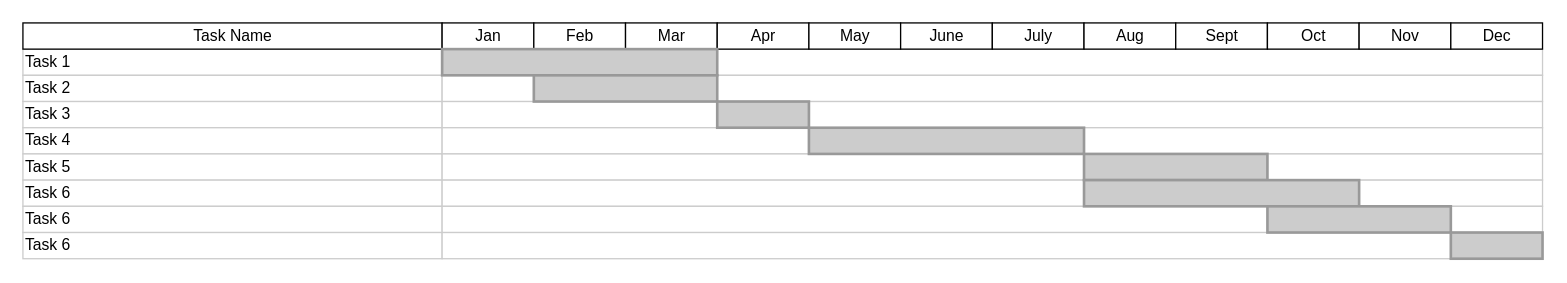
Above: 未命名绘图.drawio in beixiaohai/goose (draw.io), before the change. Source tidied: cells renumbered, new cells numbered last; positions are measured from the earlier drawing's top-left corner, leaving out a move shared by most shapes. Both pictures are drawn from the tidied source at 131%, with x=0, y=0 at pixel (22, 22).
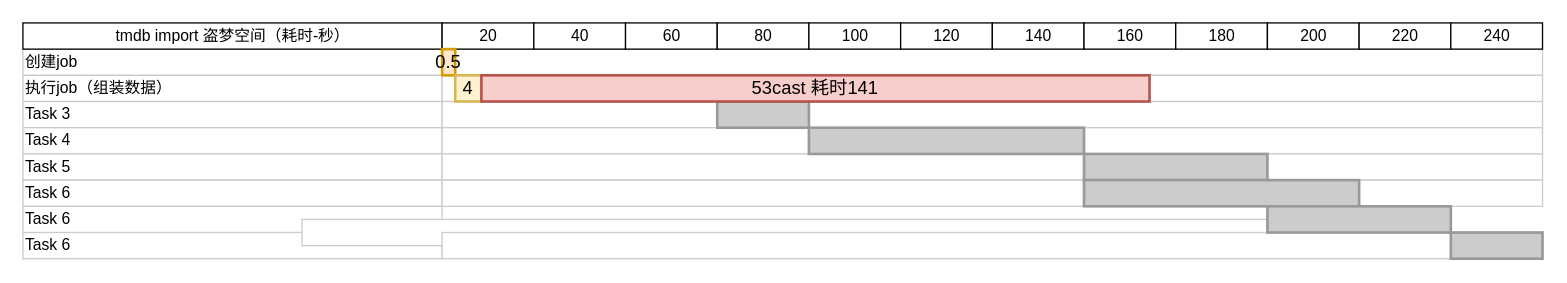
The same diagram, later.

Commit message:
更新未命名绘图.drawio

What changed in the source:
```diff
@@
-    <mxCell id="2" value="Task 1" style="align=left;strokeColor=#CCCCCC;html=1;" parent="1" vertex="1">
+    <mxCell id="2" value="创建job" style="align=left;strokeColor=#CCCCCC;html=1;" parent="1" vertex="1">
       <mxGeometry y="20" width="320" height="20" as="geometry" />
     </mxCell>
-    <mxCell id="3" value="Task 2" style="align=left;strokeColor=#CCCCCC;html=1;" parent="1" vertex="1">
+    <mxCell id="3" value="执行job（组装数据）" style="align=left;strokeColor=#CCCCCC;html=1;" parent="1" vertex="1">
       <mxGeometry y="40" width="320" height="20" as="geometry" />
     </mxCell>
@@
-    <mxCell id="8" value="Task Name" style="strokeWidth=1;fontStyle=0;html=1;" parent="1" vertex="1">
+    <mxCell id="8" value="tmdb import 盗梦空间（耗时-秒）" style="strokeWidth=1;fontStyle=0;html=1;" parent="1" vertex="1">
       <mxGeometry width="320" height="20" as="geometry" />
     </mxCell>
@@
-    <mxCell id="12" value="Jan" style="strokeWidth=1;fontStyle=0;html=1;" parent="1" vertex="1">
+    <mxCell id="12" value="20" style="strokeWidth=1;fontStyle=0;html=1;" parent="1" vertex="1">
       <mxGeometry x="320" width="70" height="20" as="geometry" />
     </mxCell>
-    <mxCell id="13" value="Feb" style="strokeWidth=1;fontStyle=0;html=1;" parent="1" vertex="1">
+    <mxCell id="13" value="40" style="strokeWidth=1;fontStyle=0;html=1;" parent="1" vertex="1">
       <mxGeometry x="390" width="70" height="20" as="geometry" />
     </mxCell>
-    <mxCell id="14" value="Mar" style="strokeWidth=1;fontStyle=0;html=1;" parent="1" vertex="1">
+    <mxCell id="14" value="60" style="strokeWidth=1;fontStyle=0;html=1;" parent="1" vertex="1">
       <mxGeometry x="460" width="70" height="20" as="geometry" />
     </mxCell>
-    <mxCell id="15" value="Apr" style="strokeWidth=1;fontStyle=0;html=1;" parent="1" vertex="1">
+    <mxCell id="15" value="80" style="strokeWidth=1;fontStyle=0;html=1;" parent="1" vertex="1">
       <mxGeometry x="530" width="70" height="20" as="geometry" />
     </mxCell>
-    <mxCell id="16" value="May" style="strokeWidth=1;fontStyle=0;html=1;" parent="1" vertex="1">
+    <mxCell id="16" value="100" style="strokeWidth=1;fontStyle=0;html=1;" parent="1" vertex="1">
       <mxGeometry x="600" width="70" height="20" as="geometry" />
     </mxCell>
-    <mxCell id="17" value="June" style="strokeWidth=1;fontStyle=0;html=1;" parent="1" vertex="1">
+    <mxCell id="17" value="120" style="strokeWidth=1;fontStyle=0;html=1;" parent="1" vertex="1">
       <mxGeometry x="670" width="70" height="20" as="geometry" />
     </mxCell>
-    <mxCell id="18" value="July" style="strokeWidth=1;fontStyle=0;html=1;" parent="1" vertex="1">
+    <mxCell id="18" value="140" style="strokeWidth=1;fontStyle=0;html=1;" parent="1" vertex="1">
       <mxGeometry x="740" width="70" height="20" as="geometry" />
     </mxCell>
-    <mxCell id="19" value="Aug" style="strokeWidth=1;fontStyle=0;html=1;" parent="1" vertex="1">
+    <mxCell id="19" value="160" style="strokeWidth=1;fontStyle=0;html=1;" parent="1" vertex="1">
       <mxGeometry x="810" width="70" height="20" as="geometry" />
     </mxCell>
-    <mxCell id="20" value="Sept" style="strokeWidth=1;fontStyle=0;html=1;" parent="1" vertex="1">
+    <mxCell id="20" value="180" style="strokeWidth=1;fontStyle=0;html=1;" parent="1" vertex="1">
       <mxGeometry x="880" width="70" height="20" as="geometry" />
     </mxCell>
-    <mxCell id="21" value="Oct" style="strokeWidth=1;fontStyle=0;html=1;" parent="1" vertex="1">
+    <mxCell id="21" value="200" style="strokeWidth=1;fontStyle=0;html=1;" parent="1" vertex="1">
       <mxGeometry x="950" width="70" height="20" as="geometry" />
     </mxCell>
-    <mxCell id="22" value="Nov" style="strokeWidth=1;fontStyle=0;html=1;" parent="1" vertex="1">
+    <mxCell id="22" value="220" style="strokeWidth=1;fontStyle=0;html=1;" parent="1" vertex="1">
       <mxGeometry x="1020" width="70" height="20" as="geometry" />
     </mxCell>
-    <mxCell id="23" value="Dec" style="strokeWidth=1;fontStyle=0;html=1;" parent="1" vertex="1">
+    <mxCell id="23" value="240" style="strokeWidth=1;fontStyle=0;html=1;" parent="1" vertex="1">
       <mxGeometry x="1090" width="70" height="20" as="geometry" />
     </mxCell>
@@
     <mxCell id="29" style="align=left;strokeColor=#CCCCCC;html=1;" parent="1" vertex="1">
-      <mxGeometry x="320" y="140" width="840" height="20" as="geometry" />
+      <mxGeometry x="213" y="150" width="840" height="20" as="geometry" />
     </mxCell>
@@
-    <mxCell id="31" style="whiteSpace=wrap;html=1;strokeWidth=2;fillColor=#CCCCCC;gradientColor=none;fontSize=14;align=center;strokeColor=#999999;" parent="1" vertex="1">
-      <mxGeometry x="320" y="20" width="210" height="20" as="geometry" />
+    <mxCell id="31" value="0.5" style="whiteSpace=wrap;html=1;strokeWidth=2;fillColor=#ffe6cc;fontSize=14;align=center;strokeColor=#d79b00;" parent="1" vertex="1">
+      <mxGeometry x="320" y="20" width="10" height="20" as="geometry" />
     </mxCell>
-    <mxCell id="32" style="whiteSpace=wrap;html=1;strokeWidth=2;fillColor=#CCCCCC;gradientColor=none;fontSize=14;align=center;strokeColor=#999999;" parent="1" vertex="1">
-      <mxGeometry x="390" y="40" width="140" height="20" as="geometry" />
+    <mxCell id="32" value="4" style="whiteSpace=wrap;html=1;strokeWidth=2;fillColor=#fff2cc;fontSize=14;align=center;strokeColor=#d6b656;" parent="1" vertex="1">
+      <mxGeometry x="330" y="40" width="20" height="20" as="geometry" />
     </mxCell>
@@
+    <mxCell id="39" value="53cast 耗时141" style="whiteSpace=wrap;html=1;strokeWidth=2;fillColor=#f8cecc;fontSize=14;align=center;strokeColor=#b85450;" parent="1" vertex="1">
+      <mxGeometry x="350" y="40" width="510" height="20" as="geometry" />
+    </mxCell>
```
